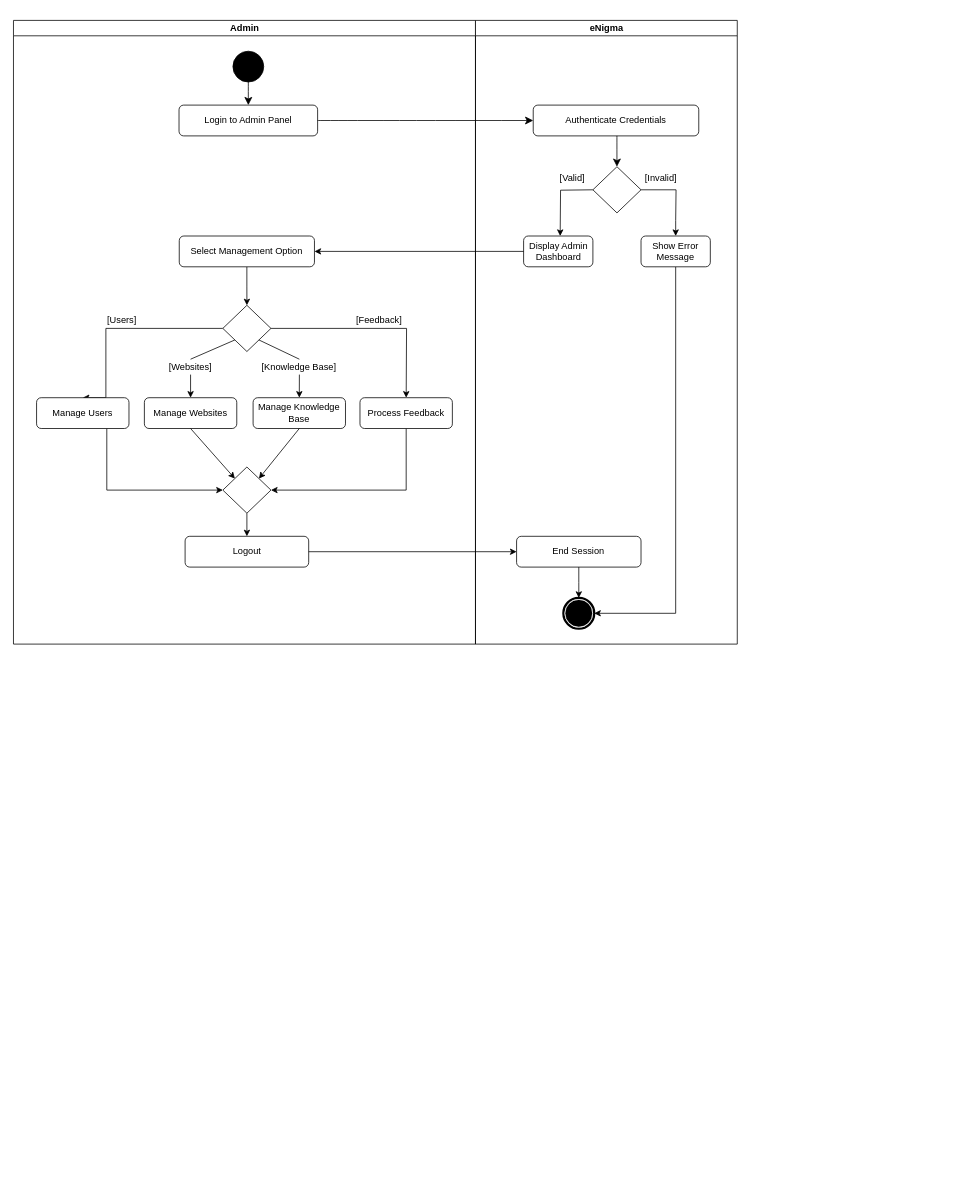
The draw.io diagram page "Page-1" (4 of 9) of Untitled Diagram.drawio in FrozenEnigma51051/Draw.io, before the edit. Source tidied: cells renumbered, new cells numbered last; positions are measured from the earlier drawing's top-left corner, leaving out a move shared by most shapes. Both pictures are drawn from the tidied source at 77%, with x=0, y=0 at pixel (13, 20).
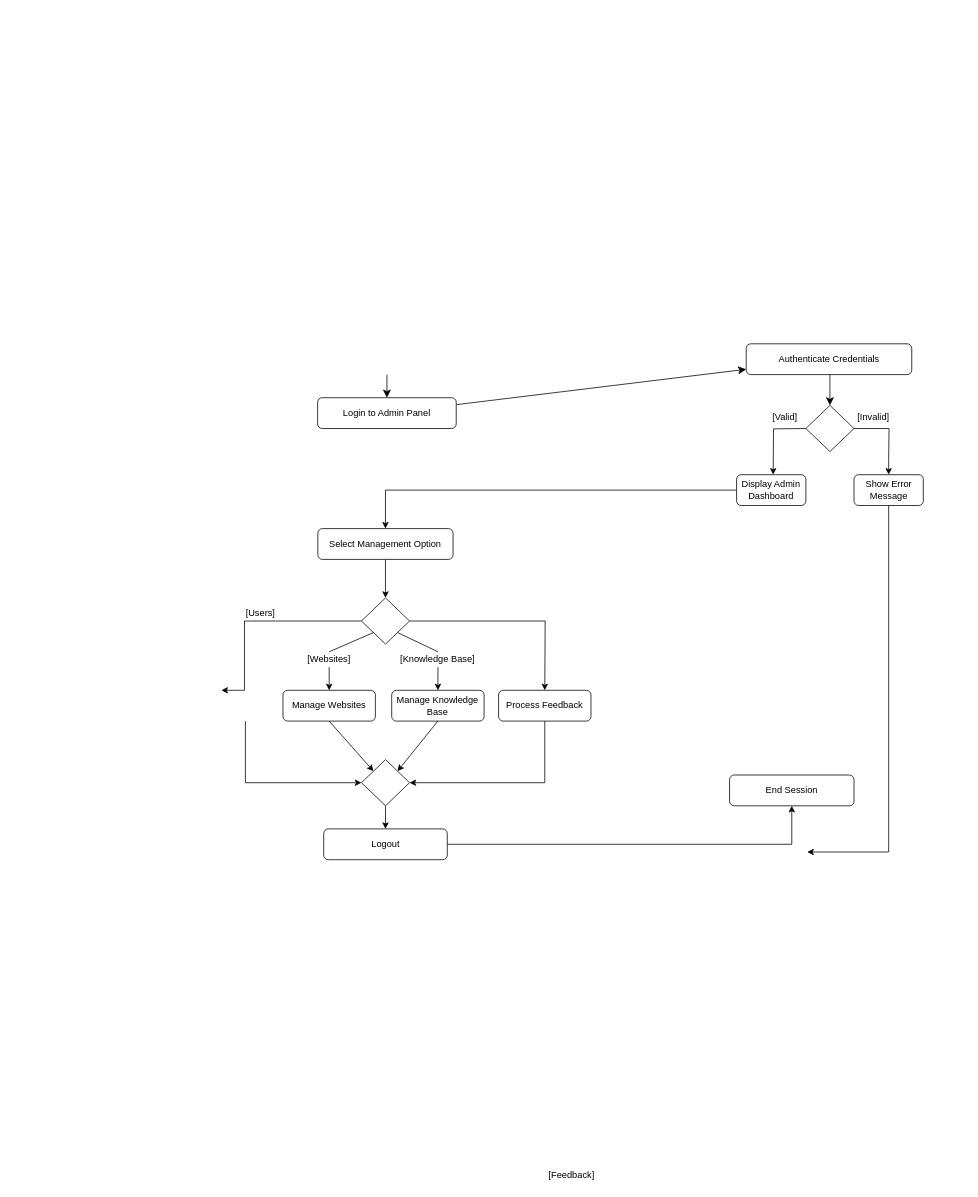
The same page after the edit.

Diff of the diagram source:
```diff
@@
-    <mxCell id="2" value="Admin" style="swimlane;html=1;startSize=20;" parent="1" vertex="1">
-      <mxGeometry width="600" height="810" as="geometry" />
-    </mxCell>
-    <mxCell id="3" style="ellipse;whiteSpace=wrap;html=1;rounded=0;shadow=0;comic=0;labelBackgroundColor=none;strokeWidth=1;fillColor=#000000;fontFamily=Verdana;fontSize=12;align=center;" parent="2" vertex="1">
-      <mxGeometry x="285" y="40" width="40" height="40" as="geometry" />
-    </mxCell>
+    <mxCell id="44" style="edgeStyle=none;curved=1;rounded=0;jettySize=auto;html=1;fontSize=12;startSize=8;endSize=8;" parent="1" edge="1" source="4" target="31">
+      <mxGeometry relative="1" as="geometry" />
+    </mxCell>
+    <mxCell id="45" style="edgeStyle=none;curved=1;rounded=0;orthogonalLoop=1;jettySize=auto;html=1;exitX=0.25;exitY=0;exitDx=0;exitDy=0;fontSize=12;startSize=8;endSize=8;" parent="1" edge="1">
+      <mxGeometry relative="1" as="geometry">
+        <mxPoint x="1225" y="20" as="sourcePoint" />
+        <mxPoint x="1225" y="20" as="targetPoint" />
+      </mxGeometry>
+    </mxCell>
+    <mxCell id="47" style="edgeStyle=orthogonalEdgeStyle;rounded=0;jettySize=auto;html=1;" parent="1" edge="1" source="40" target="7">
+      <mxGeometry relative="1" as="geometry" />
+    </mxCell>
+    <mxCell id="48" style="edgeStyle=orthogonalEdgeStyle;rounded=0;jettySize=auto;html=1;" parent="1" edge="1" source="8" target="43">
+      <mxGeometry relative="1" as="geometry" />
+    </mxCell>
-    <mxCell id="4" value="Login to Admin Panel" style="rounded=1;whiteSpace=wrap;html=1;" parent="2" vertex="1">
-      <mxGeometry x="215" y="110" width="180" height="40" as="geometry" />
+    <mxCell id="4" value="Login to Admin Panel" style="rounded=1;whiteSpace=wrap;html=1;" parent="1" vertex="1">
+      <mxGeometry x="395" y="490" width="180" height="40" as="geometry" />
     </mxCell>
-    <mxCell id="5" style="endArrow=classic;html=1;rounded=0;fontSize=12;startSize=8;endSize=8;curved=1;entryX=0.5;entryY=0;entryDx=0;entryDy=0;exitX=0.5;exitY=1;exitDx=0;exitDy=0;" parent="2" edge="1" source="3" target="4">
-      <mxGeometry relative="1" as="geometry" />
+    <mxCell id="5" style="endArrow=classic;html=1;rounded=0;fontSize=12;startSize=8;endSize=8;curved=1;entryX=0.5;entryY=0;entryDx=0;entryDy=0;exitX=0.5;exitY=1;exitDx=0;exitDy=0;" parent="1" edge="1" target="4">
+      <mxGeometry relative="1" as="geometry">
+        <mxPoint x="485" y="460" as="sourcePoint" />
+      </mxGeometry>
     </mxCell>
-    <mxCell id="6" style="edgeStyle=orthogonalEdgeStyle;rounded=0;jettySize=auto;html=1;entryX=0.5;entryY=0;entryDx=0;entryDy=0;" parent="2" edge="1" source="7" target="14">
+    <mxCell id="6" style="edgeStyle=orthogonalEdgeStyle;rounded=0;jettySize=auto;html=1;entryX=0.5;entryY=0;entryDx=0;entryDy=0;" parent="1" edge="1" source="7" target="14">
       <mxGeometry relative="1" as="geometry" />
     </mxCell>
-    <mxCell id="7" value="Select Management Option" style="rounded=1;whiteSpace=wrap;html=1;" parent="2" vertex="1">
-      <mxGeometry x="215.3" y="280" width="175.6" height="40" as="geometry" />
+    <mxCell id="7" value="Select Management Option" style="rounded=1;whiteSpace=wrap;html=1;" parent="1" vertex="1">
+      <mxGeometry x="395.3" y="660" width="175.6" height="40" as="geometry" />
     </mxCell>
-    <mxCell id="8" value="Logout" style="rounded=1;whiteSpace=wrap;html=1;" parent="2" vertex="1">
-      <mxGeometry x="222.9" y="670" width="160.5" height="40" as="geometry" />
+    <mxCell id="8" value="Logout" style="rounded=1;whiteSpace=wrap;html=1;" parent="1" vertex="1">
+      <mxGeometry x="402.9" y="1050" width="160.5" height="40" as="geometry" />
     </mxCell>
-    <mxCell id="9" value="[Users]" style="text;strokeColor=none;align=center;fillColor=none;html=1;verticalAlign=middle;whiteSpace=wrap;rounded=0;" parent="2" vertex="1">
-      <mxGeometry x="121.2" y="385" width="40" height="10" as="geometry" />
+    <mxCell id="9" value="[Users]" style="text;strokeColor=none;align=center;fillColor=none;html=1;verticalAlign=middle;whiteSpace=wrap;rounded=0;" parent="1" vertex="1">
+      <mxGeometry x="301.2" y="765" width="40" height="10" as="geometry" />
     </mxCell>
-    <mxCell id="10" value="[Feedback]" style="text;strokeColor=none;align=center;fillColor=none;html=1;verticalAlign=middle;whiteSpace=wrap;rounded=0;" parent="2" vertex="1">
-      <mxGeometry x="460" y="380" width="30" height="20" as="geometry" />
-    </mxCell>
-    <mxCell id="11" style="edgeStyle=orthogonalEdgeStyle;rounded=0;jettySize=auto;html=1;entryX=0.5;entryY=0;entryDx=0;entryDy=0;exitX=0;exitY=0.5;exitDx=0;exitDy=0;" parent="2" edge="1" source="14" target="16">
+    <mxCell id="11" style="edgeStyle=orthogonalEdgeStyle;rounded=0;jettySize=auto;html=1;entryX=0.5;entryY=0;entryDx=0;entryDy=0;exitX=0;exitY=0.5;exitDx=0;exitDy=0;" parent="1" edge="1" source="14">
       <mxGeometry relative="1" as="geometry">
+        <mxPoint x="270" y="870" as="targetPoint" />
         <Array as="points">
-          <mxPoint x="120" y="400" />
-          <mxPoint x="120" y="490" />
+          <mxPoint x="300" y="780" />
+          <mxPoint x="300" y="870" />
         </Array>
       </mxGeometry>
     </mxCell>
-    <mxCell id="12" style="edgeStyle=orthogonalEdgeStyle;rounded=0;jettySize=auto;html=1;entryX=0.5;entryY=0;entryDx=0;entryDy=0;" parent="2" edge="1" source="14">
+    <mxCell id="12" style="edgeStyle=orthogonalEdgeStyle;rounded=0;jettySize=auto;html=1;entryX=0.5;entryY=0;entryDx=0;entryDy=0;" parent="1" edge="1" source="14">
       <mxGeometry relative="1" as="geometry">
-        <mxPoint x="510" y="490" as="targetPoint" />
+        <mxPoint x="690" y="870" as="targetPoint" />
       </mxGeometry>
     </mxCell>
-    <mxCell id="13" style="edgeStyle=orthogonalEdgeStyle;rounded=0;jettySize=auto;html=1;exitX=0.5;exitY=1;exitDx=0;exitDy=0;entryX=0.5;entryY=0;entryDx=0;entryDy=0;" parent="2" edge="1" source="20" target="17">
+    <mxCell id="13" style="edgeStyle=orthogonalEdgeStyle;rounded=0;jettySize=auto;html=1;exitX=0.5;exitY=1;exitDx=0;exitDy=0;entryX=0.5;entryY=0;entryDx=0;entryDy=0;" parent="1" edge="1" source="20" target="17">
       <mxGeometry relative="1" as="geometry" />
     </mxCell>
-    <mxCell id="14" style="rhombus;whiteSpace=wrap;html=1;" parent="2" vertex="1">
-      <mxGeometry x="271.9" y="370" width="62.5" height="60" as="geometry" />
+    <mxCell id="14" style="rhombus;whiteSpace=wrap;html=1;" parent="1" vertex="1">
+      <mxGeometry x="451.9" y="750" width="62.5" height="60" as="geometry" />
     </mxCell>
-    <mxCell id="15" style="edgeStyle=orthogonalEdgeStyle;rounded=0;jettySize=auto;html=1;entryX=0;entryY=0.5;entryDx=0;entryDy=0;" parent="2" edge="1" source="16" target="23">
+    <mxCell id="15" style="edgeStyle=orthogonalEdgeStyle;rounded=0;jettySize=auto;html=1;entryX=0;entryY=0.5;entryDx=0;entryDy=0;" parent="1" edge="1" target="23">
       <mxGeometry relative="1" as="geometry">
+        <mxPoint x="301.2" y="910" as="sourcePoint" />
         <Array as="points">
-          <mxPoint x="121.2" y="610" />
+          <mxPoint x="301.2" y="990" />
         </Array>
       </mxGeometry>
     </mxCell>
-    <mxCell id="16" value="Manage Users" style="rounded=1;whiteSpace=wrap;html=1;" parent="2" vertex="1">
-      <mxGeometry x="30" y="490" width="120" height="40" as="geometry" />
-    </mxCell>
-    <mxCell id="17" value="Manage Websites" style="rounded=1;whiteSpace=wrap;html=1;" parent="2" vertex="1">
-      <mxGeometry x="170" y="490" width="120" height="40" as="geometry" />
+    <mxCell id="17" value="Manage Websites" style="rounded=1;whiteSpace=wrap;html=1;" parent="1" vertex="1">
+      <mxGeometry x="350" y="870" width="120" height="40" as="geometry" />
     </mxCell>
-    <mxCell id="18" style="edgeStyle=orthogonalEdgeStyle;rounded=0;jettySize=auto;html=1;entryX=1;entryY=0.5;entryDx=0;entryDy=0;" parent="2" edge="1" source="19" target="23">
+    <mxCell id="18" style="edgeStyle=orthogonalEdgeStyle;rounded=0;jettySize=auto;html=1;entryX=1;entryY=0.5;entryDx=0;entryDy=0;" parent="1" edge="1" source="19" target="23">
       <mxGeometry relative="1" as="geometry">
         <Array as="points">
-          <mxPoint x="510" y="610" />
+          <mxPoint x="690" y="990" />
         </Array>
       </mxGeometry>
     </mxCell>
-    <mxCell id="19" value="Process Feedback" style="rounded=1;whiteSpace=wrap;html=1;" parent="2" vertex="1">
-      <mxGeometry x="450" y="490" width="120" height="40" as="geometry" />
+    <mxCell id="19" value="Process Feedback" style="rounded=1;whiteSpace=wrap;html=1;" parent="1" vertex="1">
+      <mxGeometry x="630" y="870" width="120" height="40" as="geometry" />
     </mxCell>
-    <mxCell id="20" value="[Websites]" style="text;strokeColor=none;align=center;fillColor=none;html=1;verticalAlign=middle;whiteSpace=wrap;rounded=0;" parent="2" vertex="1">
-      <mxGeometry x="215" y="440" width="30" height="20" as="geometry" />
+    <mxCell id="20" value="[Websites]" style="text;strokeColor=none;align=center;fillColor=none;html=1;verticalAlign=middle;whiteSpace=wrap;rounded=0;" parent="1" vertex="1">
+      <mxGeometry x="395" y="820" width="30" height="20" as="geometry" />
     </mxCell>
-    <mxCell id="21" style="endArrow=none;html=1;rounded=0;exitX=0.5;exitY=0;exitDx=0;exitDy=0;entryX=0;entryY=1;entryDx=0;entryDy=0;" parent="2" edge="1" source="20" target="14">
+    <mxCell id="21" style="endArrow=none;html=1;rounded=0;exitX=0.5;exitY=0;exitDx=0;exitDy=0;entryX=0;entryY=1;entryDx=0;entryDy=0;" parent="1" edge="1" source="20" target="14">
       <mxGeometry relative="1" as="geometry" />
     </mxCell>
-    <mxCell id="22" style="edgeStyle=orthogonalEdgeStyle;rounded=0;jettySize=auto;html=1;exitX=0.5;exitY=1;exitDx=0;exitDy=0;entryX=0.5;entryY=0;entryDx=0;entryDy=0;" parent="2" edge="1" source="23" target="8">
+    <mxCell id="22" style="edgeStyle=orthogonalEdgeStyle;rounded=0;jettySize=auto;html=1;exitX=0.5;exitY=1;exitDx=0;exitDy=0;entryX=0.5;entryY=0;entryDx=0;entryDy=0;" parent="1" edge="1" source="23" target="8">
       <mxGeometry relative="1" as="geometry" />
     </mxCell>
-    <mxCell id="23" style="rhombus;whiteSpace=wrap;html=1;" parent="2" vertex="1">
-      <mxGeometry x="271.9" y="580" width="62.5" height="60" as="geometry" />
+    <mxCell id="23" style="rhombus;whiteSpace=wrap;html=1;" parent="1" vertex="1">
+      <mxGeometry x="451.9" y="960" width="62.5" height="60" as="geometry" />
     </mxCell>
-    <mxCell id="24" style="edgeStyle=orthogonalEdgeStyle;rounded=0;jettySize=auto;html=1;exitX=0.5;exitY=1;exitDx=0;exitDy=0;entryX=0.5;entryY=0;entryDx=0;entryDy=0;" parent="2" edge="1" source="26" target="25">
+    <mxCell id="24" style="edgeStyle=orthogonalEdgeStyle;rounded=0;jettySize=auto;html=1;exitX=0.5;exitY=1;exitDx=0;exitDy=0;entryX=0.5;entryY=0;entryDx=0;entryDy=0;" parent="1" edge="1" source="26" target="25">
       <mxGeometry relative="1" as="geometry" />
     </mxCell>
-    <mxCell id="25" value="Manage Knowledge Base" style="rounded=1;whiteSpace=wrap;html=1;" parent="2" vertex="1">
-      <mxGeometry x="311.2" y="490" width="120" height="40" as="geometry" />
+    <mxCell id="25" value="Manage Knowledge Base" style="rounded=1;whiteSpace=wrap;html=1;" parent="1" vertex="1">
+      <mxGeometry x="491.2" y="870" width="120" height="40" as="geometry" />
     </mxCell>
-    <mxCell id="26" value="[Knowledge Base]" style="text;strokeColor=none;align=center;fillColor=none;html=1;verticalAlign=middle;whiteSpace=wrap;rounded=0;" parent="2" vertex="1">
-      <mxGeometry x="319.4" y="440" width="103.8" height="20" as="geometry" />
+    <mxCell id="26" value="[Knowledge Base]" style="text;strokeColor=none;align=center;fillColor=none;html=1;verticalAlign=middle;whiteSpace=wrap;rounded=0;" parent="1" vertex="1">
+      <mxGeometry x="499.4" y="820" width="103.8" height="20" as="geometry" />
     </mxCell>
-    <mxCell id="27" style="endArrow=none;html=1;rounded=0;exitX=1;exitY=1;exitDx=0;exitDy=0;entryX=0.5;entryY=0;entryDx=0;entryDy=0;" parent="2" edge="1" source="14" target="26">
+    <mxCell id="27" style="endArrow=none;html=1;rounded=0;exitX=1;exitY=1;exitDx=0;exitDy=0;entryX=0.5;entryY=0;entryDx=0;entryDy=0;" parent="1" edge="1" source="14" target="26">
       <mxGeometry relative="1" as="geometry" />
     </mxCell>
-    <mxCell id="28" style="endArrow=classic;html=1;rounded=0;entryX=0;entryY=0;entryDx=0;entryDy=0;exitX=0.5;exitY=1;exitDx=0;exitDy=0;" parent="2" edge="1" source="17" target="23">
+    <mxCell id="28" style="endArrow=classic;html=1;rounded=0;entryX=0;entryY=0;entryDx=0;entryDy=0;exitX=0.5;exitY=1;exitDx=0;exitDy=0;" parent="1" edge="1" source="17" target="23">
       <mxGeometry relative="1" as="geometry" />
     </mxCell>
-    <mxCell id="29" style="endArrow=classic;html=1;rounded=0;entryX=1;entryY=0;entryDx=0;entryDy=0;exitX=0.5;exitY=1;exitDx=0;exitDy=0;" parent="2" edge="1" source="25" target="23">
+    <mxCell id="29" style="endArrow=classic;html=1;rounded=0;entryX=1;entryY=0;entryDx=0;entryDy=0;exitX=0.5;exitY=1;exitDx=0;exitDy=0;" parent="1" edge="1" source="25" target="23">
       <mxGeometry relative="1" as="geometry" />
     </mxCell>
-    <mxCell id="30" value="eNigma" style="swimlane;html=1;startSize=20;" parent="1" vertex="1">
-      <mxGeometry x="600" width="340" height="810" as="geometry" />
-    </mxCell>
-    <mxCell id="31" value="Authenticate Credentials" style="rounded=1;whiteSpace=wrap;html=1;" parent="30" vertex="1">
-      <mxGeometry x="75" y="110" width="215" height="40" as="geometry" />
+    <mxCell id="31" value="Authenticate Credentials" style="rounded=1;whiteSpace=wrap;html=1;" parent="1" vertex="1">
+      <mxGeometry x="951.6" y="420" width="215" height="40" as="geometry" />
     </mxCell>
-    <mxCell id="32" value="[Valid]" style="text;strokeColor=none;align=center;fillColor=none;html=1;verticalAlign=middle;whiteSpace=wrap;rounded=0;" parent="30" vertex="1">
-      <mxGeometry x="105.8" y="200" width="40" height="10" as="geometry" />
+    <mxCell id="32" value="[Valid]" style="text;strokeColor=none;align=center;fillColor=none;html=1;verticalAlign=middle;whiteSpace=wrap;rounded=0;" parent="1" vertex="1">
+      <mxGeometry x="982.3" y="510" width="40" height="10" as="geometry" />
     </mxCell>
-    <mxCell id="33" value="[Invalid]" style="text;strokeColor=none;align=center;fillColor=none;html=1;verticalAlign=middle;whiteSpace=wrap;rounded=0;" parent="30" vertex="1">
-      <mxGeometry x="225.6" y="195" width="30" height="20" as="geometry" />
+    <mxCell id="33" value="[Invalid]" style="text;strokeColor=none;align=center;fillColor=none;html=1;verticalAlign=middle;whiteSpace=wrap;rounded=0;" parent="1" vertex="1">
+      <mxGeometry x="1102.2" y="505" width="30" height="20" as="geometry" />
     </mxCell>
-    <mxCell id="34" style="edgeStyle=none;curved=1;rounded=0;jettySize=auto;html=1;fontSize=12;startSize=8;endSize=8;" parent="30" edge="1" target="36">
+    <mxCell id="34" style="edgeStyle=none;curved=1;rounded=0;jettySize=auto;html=1;fontSize=12;startSize=8;endSize=8;" parent="1" edge="1" target="36">
       <mxGeometry relative="1" as="geometry">
-        <mxPoint x="183.7" y="150" as="sourcePoint" />
+        <mxPoint x="1060.3" y="460" as="sourcePoint" />
       </mxGeometry>
     </mxCell>
-    <mxCell id="35" style="edgeStyle=orthogonalEdgeStyle;rounded=0;orthogonalLoop=1;jettySize=auto;html=1;" parent="30" edge="1">
+    <mxCell id="35" style="edgeStyle=orthogonalEdgeStyle;rounded=0;orthogonalLoop=1;jettySize=auto;html=1;" parent="1" edge="1">
       <mxGeometry relative="1" as="geometry">
-        <mxPoint x="152.5" y="220" as="sourcePoint" />
-        <mxPoint x="110" y="280" as="targetPoint" />
+        <mxPoint x="1029.1" y="530" as="sourcePoint" />
+        <mxPoint x="986.6" y="590" as="targetPoint" />
       </mxGeometry>
     </mxCell>
-    <mxCell id="36" style="rhombus;whiteSpace=wrap;html=1;" parent="30" vertex="1">
-      <mxGeometry x="152.5" y="190" width="62.5" height="60" as="geometry" />
+    <mxCell id="36" style="rhombus;whiteSpace=wrap;html=1;" parent="1" vertex="1">
+      <mxGeometry x="1029.1" y="500" width="62.5" height="60" as="geometry" />
     </mxCell>
-    <mxCell id="37" style="endArrow=none;html=1;rounded=0;exitX=1;exitY=0.5;exitDx=0;exitDy=0;edgeStyle=orthogonalEdgeStyle;" parent="30" edge="1" source="36">
+    <mxCell id="37" style="endArrow=none;html=1;rounded=0;exitX=1;exitY=0.5;exitDx=0;exitDy=0;edgeStyle=orthogonalEdgeStyle;" parent="1" edge="1" source="36">
       <mxGeometry relative="1" as="geometry">
-        <mxPoint x="260" y="260" as="targetPoint" />
+        <mxPoint x="1136.6" y="570" as="targetPoint" />
       </mxGeometry>
     </mxCell>
-    <mxCell id="38" style="edgeStyle=orthogonalEdgeStyle;rounded=0;jettySize=auto;html=1;entryX=1;entryY=0.5;entryDx=0;entryDy=0;" parent="30" edge="1" source="39" target="41">
+    <mxCell id="38" style="edgeStyle=orthogonalEdgeStyle;rounded=0;jettySize=auto;html=1;entryX=1;entryY=0.5;entryDx=0;entryDy=0;" parent="1" edge="1" source="39">
       <mxGeometry relative="1" as="geometry">
+        <mxPoint x="1030.8" y="1080" as="targetPoint" />
         <Array as="points">
-          <mxPoint x="260" y="770" />
+          <mxPoint x="1136.6" y="1080" />
         </Array>
       </mxGeometry>
     </mxCell>
-    <mxCell id="39" value="Show Error Message" style="rounded=1;whiteSpace=wrap;html=1;" parent="30" vertex="1">
-      <mxGeometry x="215" y="280" width="90" height="40" as="geometry" />
+    <mxCell id="39" value="Show Error Message" style="rounded=1;whiteSpace=wrap;html=1;" parent="1" vertex="1">
+      <mxGeometry x="1091.6" y="590" width="90" height="40" as="geometry" />
     </mxCell>
-    <mxCell id="40" value="Display Admin Dashboard" style="rounded=1;whiteSpace=wrap;html=1;" parent="30" vertex="1">
-      <mxGeometry x="62.5" y="280" width="90" height="40" as="geometry" />
+    <mxCell id="40" value="Display Admin Dashboard" style="rounded=1;whiteSpace=wrap;html=1;" parent="1" vertex="1">
+      <mxGeometry x="939.1" y="590" width="90" height="40" as="geometry" />
     </mxCell>
-    <mxCell id="41" style="shape=mxgraph.bpmn.shape;html=1;verticalLabelPosition=bottom;labelBackgroundColor=#ffffff;verticalAlign=top;perimeter=ellipsePerimeter;outline=end;symbol=terminate;rounded=0;shadow=0;comic=0;strokeWidth=1;fontFamily=Verdana;fontSize=12;align=center;" parent="30" vertex="1">
-      <mxGeometry x="114.2" y="750" width="40" height="40" as="geometry" />
-    </mxCell>
-    <mxCell id="42" style="edgeStyle=orthogonalEdgeStyle;rounded=0;jettySize=auto;html=1;" parent="30" edge="1" source="43" target="41">
-      <mxGeometry relative="1" as="geometry" />
-    </mxCell>
-    <mxCell id="43" value="End Session" style="rounded=1;whiteSpace=wrap;html=1;" parent="30" vertex="1">
-      <mxGeometry x="53.4" y="670" width="161.6" height="40" as="geometry" />
+    <mxCell id="43" value="End Session" style="rounded=1;whiteSpace=wrap;html=1;" parent="1" vertex="1">
+      <mxGeometry x="930" y="980" width="161.6" height="40" as="geometry" />
     </mxCell>
-    <mxCell id="44" style="edgeStyle=none;curved=1;rounded=0;jettySize=auto;html=1;fontSize=12;startSize=8;endSize=8;" parent="1" edge="1" source="4" target="31">
-      <mxGeometry relative="1" as="geometry" />
-    </mxCell>
-    <mxCell id="45" style="edgeStyle=none;curved=1;rounded=0;orthogonalLoop=1;jettySize=auto;html=1;exitX=0.25;exitY=0;exitDx=0;exitDy=0;fontSize=12;startSize=8;endSize=8;" parent="1" edge="1" source="30" target="30">
-      <mxGeometry relative="1" as="geometry" />
-    </mxCell>
     <mxCell id="46" style="endArrow=classic;html=1;rounded=0;" parent="1" edge="1">
       <mxGeometry relative="1" as="geometry">
-        <mxPoint x="860" y="260" as="sourcePoint" />
-        <mxPoint x="860" y="280" as="targetPoint" />
+        <mxPoint x="1136.6" y="570" as="sourcePoint" />
+        <mxPoint x="1136.6" y="590" as="targetPoint" />
       </mxGeometry>
     </mxCell>
-    <mxCell id="47" style="edgeStyle=orthogonalEdgeStyle;rounded=0;jettySize=auto;html=1;" parent="1" edge="1" source="40" target="7">
-      <mxGeometry relative="1" as="geometry" />
-    </mxCell>
-    <mxCell id="48" style="edgeStyle=orthogonalEdgeStyle;rounded=0;jettySize=auto;html=1;" parent="1" edge="1" source="8" target="43">
-      <mxGeometry relative="1" as="geometry" />
-    </mxCell>
+    <mxCell id="10" value="[Feedback]" style="text;strokeColor=none;align=center;fillColor=none;html=1;verticalAlign=middle;whiteSpace=wrap;rounded=0;" parent="1" vertex="1">
+      <mxGeometry x="710" y="1490" width="30" height="20" as="geometry" />
+    </mxCell>
```
